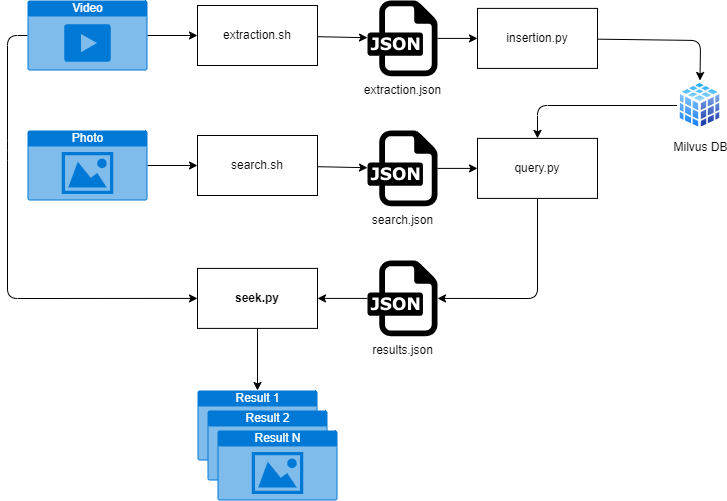
dnoliver/dlstreamer-pymilvus-search keeps this draw.io diagram as pipeline.drawio.png. Above is the earlier version. Source tidied: cells renumbered, new cells last; positions are measured from the earlier drawing's top-left corner, leaving out a move shared by most shapes. The source it was exported from:
```xml
<mxGraphModel>
  <root>
    <mxCell id="0" />
    <mxCell id="1" parent="0" />
    <mxCell id="2" style="edgeStyle=none;html=1;" parent="1" edge="1" source="3" target="8">
      <mxGeometry relative="1" as="geometry" />
    </mxCell>
    <mxCell id="3" value="extraction.sh" style="rounded=0;whiteSpace=wrap;html=1;" parent="1" vertex="1">
      <mxGeometry x="190" y="5" width="120" height="60" as="geometry" />
    </mxCell>
    <mxCell id="4" style="edgeStyle=none;html=1;" parent="1" edge="1" source="6" target="3">
      <mxGeometry relative="1" as="geometry" />
    </mxCell>
    <mxCell id="5" style="edgeStyle=none;html=1;rounded=1;entryX=0;entryY=0.5;entryDx=0;entryDy=0;" parent="1" edge="1" source="6" target="24">
      <mxGeometry relative="1" as="geometry">
        <Array as="points">
          <mxPoint y="35" />
          <mxPoint y="150" />
          <mxPoint y="298" />
        </Array>
      </mxGeometry>
    </mxCell>
    <mxCell id="6" value="Video" style="html=1;strokeColor=none;fillColor=#0079D6;labelPosition=center;verticalLabelPosition=middle;verticalAlign=top;align=center;fontSize=12;outlineConnect=0;spacingTop=-6;fontColor=#FFFFFF;sketch=0;shape=mxgraph.sitemap.video;" parent="1" vertex="1">
      <mxGeometry x="20" width="120" height="70" as="geometry" />
    </mxCell>
    <mxCell id="7" style="edgeStyle=none;html=1;entryX=0;entryY=0.5;entryDx=0;entryDy=0;" parent="1" edge="1" source="8" target="10">
      <mxGeometry relative="1" as="geometry" />
    </mxCell>
    <mxCell id="8" value="extraction.json" style="dashed=0;outlineConnect=0;html=1;align=center;labelPosition=center;verticalLabelPosition=bottom;verticalAlign=top;shape=mxgraph.weblogos.json;" parent="1" vertex="1">
      <mxGeometry x="360" width="70" height="75.8" as="geometry" />
    </mxCell>
    <mxCell id="9" style="edgeStyle=none;html=1;entryX=0.5;entryY=0;entryDx=0;entryDy=0;" parent="1" edge="1" source="10" target="12">
      <mxGeometry relative="1" as="geometry">
        <Array as="points">
          <mxPoint x="693" y="40" />
        </Array>
      </mxGeometry>
    </mxCell>
    <mxCell id="10" value="insertion.py" style="rounded=0;whiteSpace=wrap;html=1;" parent="1" vertex="1">
      <mxGeometry x="470" y="7.9" width="120" height="60" as="geometry" />
    </mxCell>
    <mxCell id="11" style="edgeStyle=none;html=1;entryX=0.5;entryY=0;entryDx=0;entryDy=0;" parent="1" edge="1" source="12" target="20">
      <mxGeometry relative="1" as="geometry">
        <Array as="points">
          <mxPoint x="530" y="105" />
        </Array>
      </mxGeometry>
    </mxCell>
    <mxCell id="12" value="Milvus DB" style="perimeter=ellipsePerimeter;html=1;align=center;shadow=0;dashed=0;spacingTop=3;image;image=img/lib/active_directory/database_cube.svg;" parent="1" vertex="1">
      <mxGeometry x="670" y="80" width="45" height="50" as="geometry" />
    </mxCell>
    <mxCell id="13" style="edgeStyle=none;html=1;" parent="1" edge="1" source="14" target="16">
      <mxGeometry relative="1" as="geometry" />
    </mxCell>
    <mxCell id="14" value="Photo" style="html=1;strokeColor=none;fillColor=#0079D6;labelPosition=center;verticalLabelPosition=middle;verticalAlign=top;align=center;fontSize=12;outlineConnect=0;spacingTop=-6;fontColor=#FFFFFF;sketch=0;shape=mxgraph.sitemap.photo;" parent="1" vertex="1">
      <mxGeometry x="20" y="130" width="120" height="70" as="geometry" />
    </mxCell>
    <mxCell id="15" style="edgeStyle=none;html=1;" parent="1" edge="1" source="16" target="18">
      <mxGeometry relative="1" as="geometry" />
    </mxCell>
    <mxCell id="16" value="search.sh" style="rounded=0;whiteSpace=wrap;html=1;" parent="1" vertex="1">
      <mxGeometry x="190" y="135" width="120" height="60" as="geometry" />
    </mxCell>
    <mxCell id="17" style="edgeStyle=none;html=1;" parent="1" edge="1" source="18" target="20">
      <mxGeometry relative="1" as="geometry" />
    </mxCell>
    <mxCell id="18" value="search.json" style="dashed=0;outlineConnect=0;html=1;align=center;labelPosition=center;verticalLabelPosition=bottom;verticalAlign=top;shape=mxgraph.weblogos.json;" parent="1" vertex="1">
      <mxGeometry x="360" y="130" width="70" height="75.8" as="geometry" />
    </mxCell>
    <mxCell id="19" style="edgeStyle=none;html=1;rounded=1;" parent="1" edge="1" source="20" target="22">
      <mxGeometry relative="1" as="geometry">
        <Array as="points">
          <mxPoint x="530" y="298" />
        </Array>
      </mxGeometry>
    </mxCell>
    <mxCell id="20" value="query.py" style="rounded=0;whiteSpace=wrap;html=1;" parent="1" vertex="1">
      <mxGeometry x="470" y="137.9" width="120" height="60" as="geometry" />
    </mxCell>
    <mxCell id="21" style="edgeStyle=none;rounded=0;html=1;" parent="1" edge="1" source="22" target="24">
      <mxGeometry relative="1" as="geometry" />
    </mxCell>
    <mxCell id="22" value="results.json" style="dashed=0;outlineConnect=0;html=1;align=center;labelPosition=center;verticalLabelPosition=bottom;verticalAlign=top;shape=mxgraph.weblogos.json;" parent="1" vertex="1">
      <mxGeometry x="360" y="260" width="70" height="75.8" as="geometry" />
    </mxCell>
    <mxCell id="23" style="edgeStyle=none;rounded=1;html=1;" parent="1" edge="1" source="24" target="26">
      <mxGeometry relative="1" as="geometry" />
    </mxCell>
    <mxCell id="24" value="&lt;b&gt;seek.py&lt;br&gt;&lt;/b&gt;" style="rounded=0;whiteSpace=wrap;html=1;" parent="1" vertex="1">
      <mxGeometry x="190" y="267.9" width="120" height="60" as="geometry" />
    </mxCell>
    <mxCell id="25" style="group;" parent="1" vertex="1">
      <mxGeometry x="190" y="390" width="140" height="110" as="geometry" />
    </mxCell>
    <mxCell id="26" value="Result 1" style="html=1;strokeColor=none;fillColor=#0079D6;labelPosition=center;verticalLabelPosition=middle;verticalAlign=top;align=center;fontSize=12;outlineConnect=0;spacingTop=-6;fontColor=#FFFFFF;sketch=0;shape=mxgraph.sitemap.photo;" parent="25" vertex="1">
      <mxGeometry width="120" height="70" as="geometry" />
    </mxCell>
    <mxCell id="27" value="Result 2" style="html=1;strokeColor=none;fillColor=#0079D6;labelPosition=center;verticalLabelPosition=middle;verticalAlign=top;align=center;fontSize=12;spacingTop=-6;fontColor=#FFFFFF;sketch=0;shape=mxgraph.sitemap.photo;" parent="25" vertex="1">
      <mxGeometry x="10" y="20" width="120" height="70" as="geometry" />
    </mxCell>
    <mxCell id="28" value="Result N" style="html=1;strokeColor=none;fillColor=#0079D6;labelPosition=center;verticalLabelPosition=middle;verticalAlign=top;align=center;fontSize=12;spacingTop=-6;fontColor=#FFFFFF;sketch=0;shape=mxgraph.sitemap.photo;" parent="25" vertex="1">
      <mxGeometry x="20" y="40" width="120" height="70" as="geometry" />
    </mxCell>
  </root>
</mxGraphModel>
```
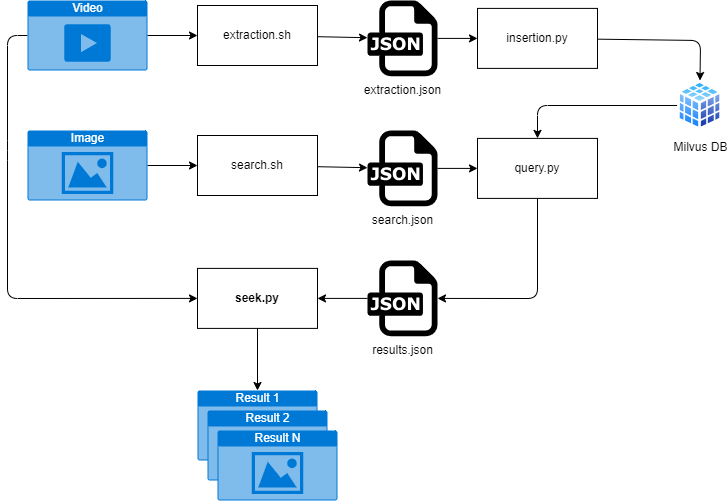
After the commit.

What changed in the source:
```diff
@@ -52,7 +52,7 @@
     <mxCell id="13" style="edgeStyle=none;html=1;" parent="1" edge="1" source="14" target="16">
       <mxGeometry relative="1" as="geometry" />
     </mxCell>
-    <mxCell id="14" value="Photo" style="html=1;strokeColor=none;fillColor=#0079D6;labelPosition=center;verticalLabelPosition=middle;verticalAlign=top;align=center;fontSize=12;outlineConnect=0;spacingTop=-6;fontColor=#FFFFFF;sketch=0;shape=mxgraph.sitemap.photo;" parent="1" vertex="1">
+    <mxCell id="14" value="Image" style="html=1;strokeColor=none;fillColor=#0079D6;labelPosition=center;verticalLabelPosition=middle;verticalAlign=top;align=center;fontSize=12;outlineConnect=0;spacingTop=-6;fontColor=#FFFFFF;sketch=0;shape=mxgraph.sitemap.photo;" parent="1" vertex="1">
       <mxGeometry x="20" y="130" width="120" height="70" as="geometry" />
     </mxCell>
     <mxCell id="15" style="edgeStyle=none;html=1;" parent="1" edge="1" source="16" target="18">
```
